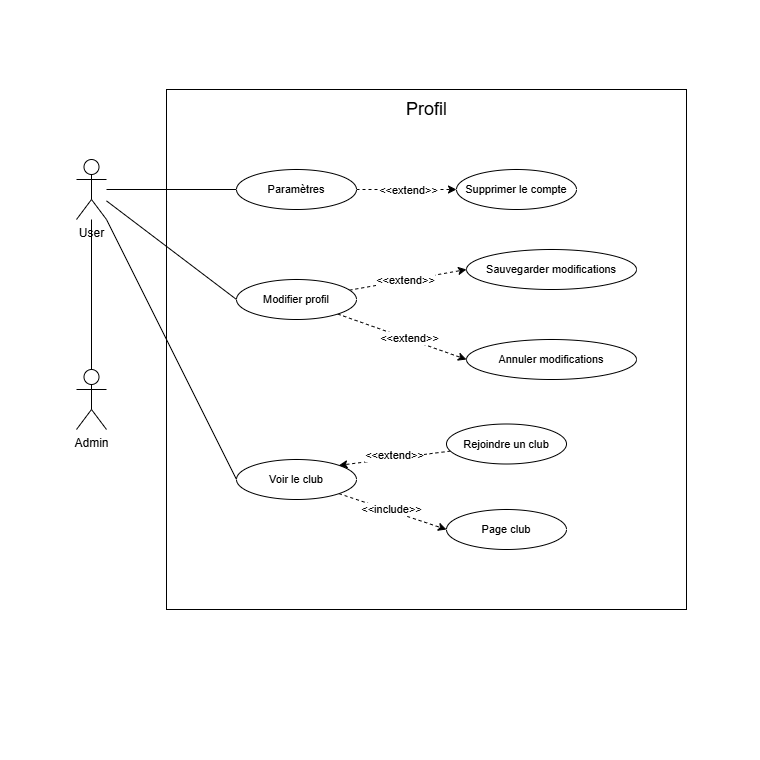
The draw.io diagram Diagram use case Profil.drawio.png in Mathistrg/Styx, before a commit. Source tidied: cells renumbered, new cells last; positions are measured from the earlier drawing's top-left corner, leaving out a move shared by most shapes.
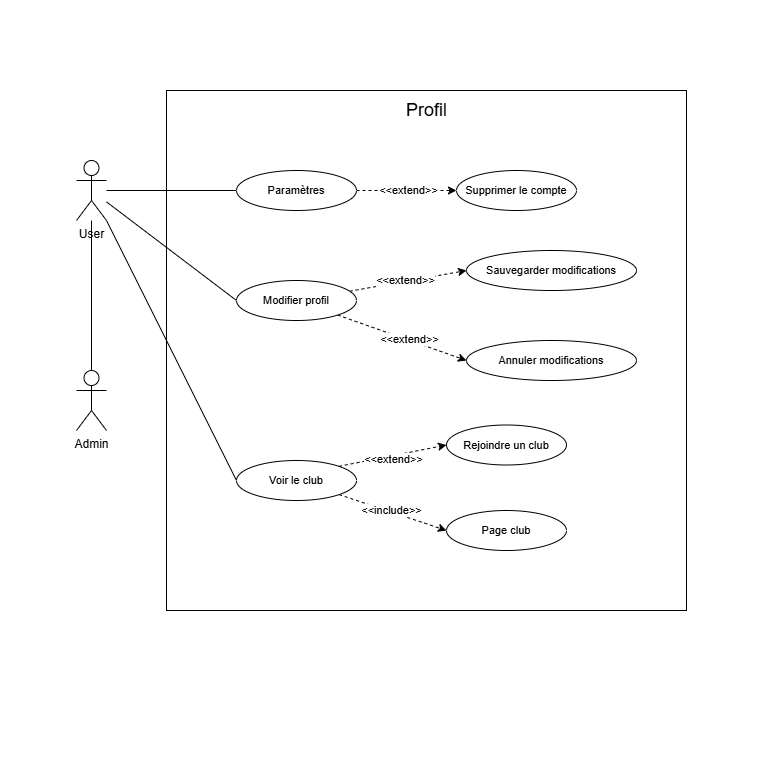
Later version of the same file.

Commit message:
Mettre à jour Diagram use case Profil.drawio.png

Change to the diagram source:
```diff
@@ -76,7 +76,7 @@
     <mxCell id="25" value="Voir le club" style="ellipse;whiteSpace=wrap;html=1;fontFamily=Helvetica;fontSize=11;fontColor=default;labelBackgroundColor=default;" parent="1" vertex="1">
       <mxGeometry x="236" y="460" width="120" height="40" as="geometry" />
     </mxCell>
-    <mxCell id="26" style="edgeStyle=none;shape=connector;rounded=0;jettySize=auto;html=1;entryX=1;entryY=0;entryDx=0;entryDy=0;dashed=1;strokeColor=default;align=center;verticalAlign=middle;fontFamily=Helvetica;fontSize=11;fontColor=default;labelBackgroundColor=default;endArrow=classic;endFill=1;" parent="1" edge="1" source="28" target="25">
+    <mxCell id="26" style="edgeStyle=none;shape=connector;rounded=0;jettySize=auto;html=1;dashed=1;strokeColor=default;align=center;verticalAlign=middle;fontFamily=Helvetica;fontSize=11;fontColor=default;labelBackgroundColor=default;endArrow=classic;endFill=1;exitX=1;exitY=0;exitDx=0;exitDy=0;entryX=0;entryY=0.5;entryDx=0;entryDy=0;" parent="1" edge="1" source="25" target="28">
       <mxGeometry relative="1" as="geometry" />
     </mxCell>
     <mxCell id="27" value="&amp;lt;&amp;lt;extend&amp;gt;&amp;gt;" style="edgeLabel;html=1;align=center;verticalAlign=middle;fontFamily=Helvetica;fontSize=11;fontColor=default;labelBackgroundColor=default;fillColor=none;gradientColor=none;" parent="26" vertex="1">
```
